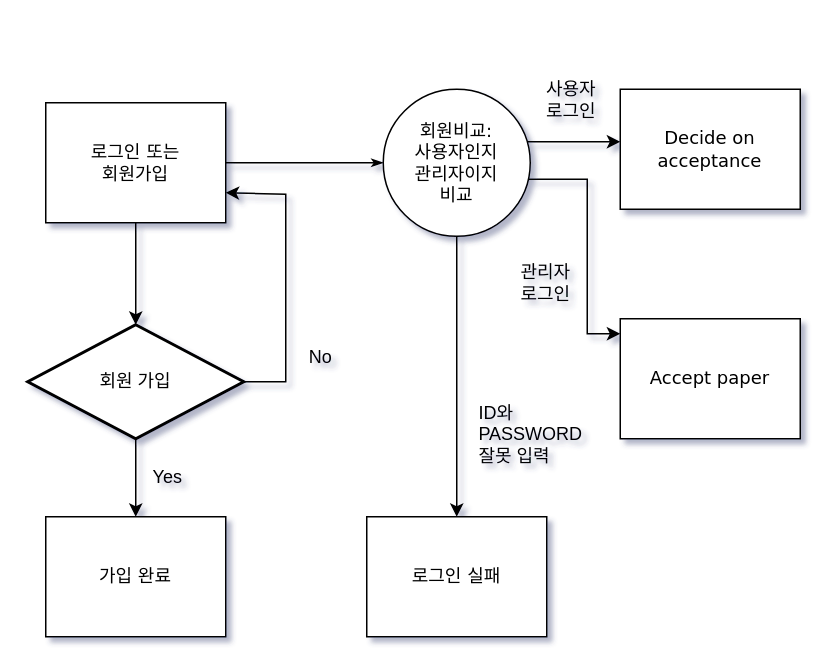
The draw.io diagram 제목 없는 다이어그램.drawio in uubi-0/2018.12.23_Movie-Reservation, before the edit. Source tidied: cells renumbered, new cells numbered last; positions are measured from the earlier drawing's top-left corner, leaving out a move shared by most shapes. Both pictures are drawn from the tidied source at 150%, with x=0, y=0 at pixel (27, 68).
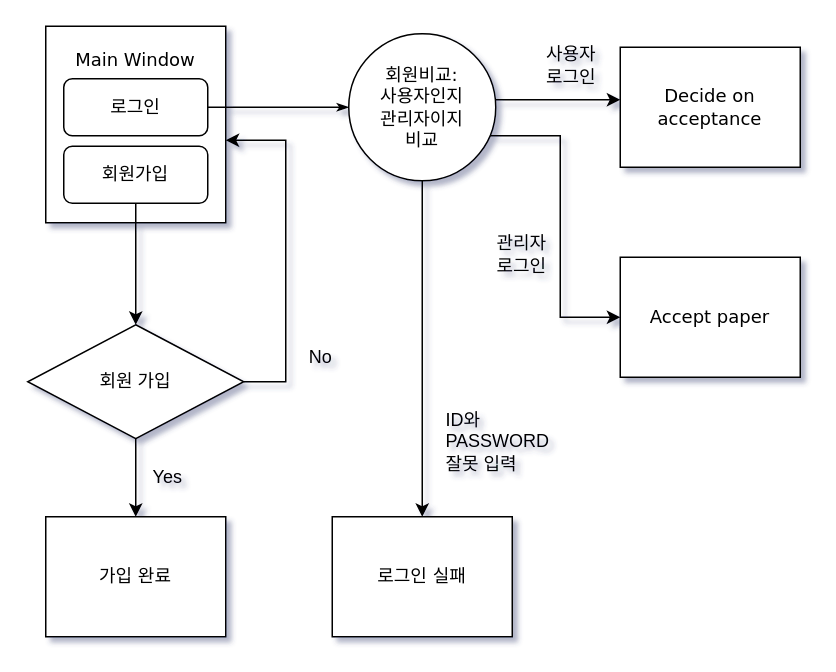
The same diagram, later.

Commit message (it also covers changes not shown here):
제목 없는 다이어그램.drawio 업데이트

What changed in the source:
```diff
@@
+    <mxCell id="4" value="Main Window&lt;br&gt;&lt;br&gt;&lt;br&gt;&lt;br&gt;&lt;br&gt;&lt;br&gt;&lt;br&gt;" style="rounded=0;whiteSpace=wrap;html=1;shadow=0;labelBackgroundColor=none;strokeWidth=1;fontFamily=Verdana;fontSize=12;align=center;" parent="1" vertex="1">
+      <mxGeometry x="12" y="-28" width="120" height="131" as="geometry" />
+    </mxCell>
-    <mxCell id="2" style="edgeStyle=orthogonalEdgeStyle;rounded=0;html=1;labelBackgroundColor=none;startArrow=none;startFill=0;startSize=5;endArrow=classicThin;endFill=1;endSize=5;jettySize=auto;strokeWidth=1;fontFamily=Verdana;fontSize=8;" parent="1" edge="1" source="4" target="8">
+    <mxCell id="2" style="edgeStyle=orthogonalEdgeStyle;rounded=0;html=1;labelBackgroundColor=none;startArrow=none;startFill=0;startSize=5;endArrow=classicThin;endFill=1;endSize=5;jettySize=auto;strokeWidth=1;fontFamily=Verdana;fontSize=8;" parent="1" edge="1" source="21" target="8">
       <mxGeometry relative="1" as="geometry" />
     </mxCell>
-    <mxCell id="3" style="edgeStyle=orthogonalEdgeStyle;rounded=0;jettySize=auto;html=1;" parent="1" edge="1" source="4" target="15">
+    <mxCell id="3" style="edgeStyle=orthogonalEdgeStyle;rounded=0;jettySize=auto;html=1;" parent="1" edge="1" source="22" target="15">
       <mxGeometry relative="1" as="geometry" />
     </mxCell>
-    <mxCell id="4" value="로그인 또는&lt;br&gt;회원가입" style="rounded=0;whiteSpace=wrap;html=1;shadow=0;labelBackgroundColor=none;strokeWidth=1;fontFamily=Verdana;fontSize=12;align=center;" parent="1" vertex="1">
-      <mxGeometry x="12" y="23" width="120" height="80" as="geometry" />
-    </mxCell>
     <mxCell id="5" style="edgeStyle=orthogonalEdgeStyle;rounded=0;jettySize=auto;html=1;" parent="1" edge="1" source="8" target="10">
-      <mxGeometry relative="1" as="geometry" />
+      <mxGeometry relative="1" as="geometry">
+        <Array as="points">
+          <mxPoint x="263" y="246" />
+          <mxPoint x="263" y="246" />
+        </Array>
+      </mxGeometry>
     </mxCell>
     <mxCell id="6" style="edgeStyle=orthogonalEdgeStyle;rounded=0;jettySize=auto;html=1;labelBackgroundColor=default;" parent="1" edge="1" source="8" target="12">
       <mxGeometry relative="1" as="geometry">
         <Array as="points">
-          <mxPoint x="373" y="74" />
-          <mxPoint x="373" y="177" />
+          <mxPoint x="355" y="45" />
+          <mxPoint x="355" y="166" />
         </Array>
       </mxGeometry>
     </mxCell>
     <mxCell id="7" style="edgeStyle=orthogonalEdgeStyle;rounded=0;jettySize=auto;html=1;" parent="1" edge="1" source="8" target="11">
       <mxGeometry relative="1" as="geometry">
         <Array as="points">
-          <mxPoint x="359" y="49" />
-          <mxPoint x="359" y="49" />
+          <mxPoint x="352" y="21" />
+          <mxPoint x="352" y="21" />
         </Array>
       </mxGeometry>
     </mxCell>
     <mxCell id="8" value="회원비교:&lt;br&gt;사용자인지&lt;br&gt;관리자이지&lt;br&gt;비교" style="ellipse;whiteSpace=wrap;html=1;rounded=0;shadow=0;labelBackgroundColor=none;strokeWidth=1;fontFamily=Verdana;fontSize=12;align=center;" parent="1" vertex="1">
-      <mxGeometry x="237" y="14" width="98" height="98" as="geometry" />
+      <mxGeometry x="214" y="-23" width="98" height="98" as="geometry" />
     </mxCell>
@@
     <mxCell id="10" value="로그인 실패" style="rounded=0;whiteSpace=wrap;html=1;shadow=0;labelBackgroundColor=none;strokeWidth=1;fontFamily=Verdana;fontSize=12;align=center;" parent="1" vertex="1">
-      <mxGeometry x="226" y="299" width="120" height="80" as="geometry" />
+      <mxGeometry x="203" y="299" width="120" height="80" as="geometry" />
     </mxCell>
     <mxCell id="11" value="Decide on acceptance" style="rounded=0;whiteSpace=wrap;html=1;shadow=0;labelBackgroundColor=none;strokeWidth=1;fontFamily=Verdana;fontSize=12;align=center;" parent="1" vertex="1">
-      <mxGeometry x="395" y="14" width="120" height="80" as="geometry" />
+      <mxGeometry x="395" y="-14" width="120" height="80" as="geometry" />
     </mxCell>
     <mxCell id="12" value="Accept paper" style="rounded=0;whiteSpace=wrap;html=1;shadow=0;labelBackgroundColor=none;strokeWidth=1;fontFamily=Verdana;fontSize=12;align=center;" parent="1" vertex="1">
-      <mxGeometry x="395" y="167" width="120" height="80" as="geometry" />
+      <mxGeometry x="395" y="126" width="120" height="80" as="geometry" />
     </mxCell>
@@
-    <mxCell id="14" style="edgeStyle=orthogonalEdgeStyle;rounded=0;jettySize=auto;html=1;entryX=1;entryY=0.75;entryDx=0;entryDy=0;shadow=0;" parent="1" edge="1" source="15" target="4">
+    <mxCell id="14" style="edgeStyle=orthogonalEdgeStyle;rounded=0;jettySize=auto;html=1;shadow=0;" parent="1" edge="1" source="15" target="4">
       <mxGeometry relative="1" as="geometry">
         <Array as="points">
           <mxPoint x="172" y="209" />
-          <mxPoint x="172" y="84" />
+          <mxPoint x="172" y="48" />
         </Array>
       </mxGeometry>
     </mxCell>
-    <mxCell id="15" value="회원 가입" style="strokeWidth=2;html=1;shape=mxgraph.flowchart.decision;whiteSpace=wrap;" parent="1" vertex="1">
+    <mxCell id="15" value="회원 가입" style="strokeWidth=1;html=1;shape=mxgraph.flowchart.decision;whiteSpace=wrap;labelBorderColor=none;gradientColor=none;" parent="1" vertex="1">
       <mxGeometry y="171" width="144" height="76" as="geometry" />
     </mxCell>
     <mxCell id="16" value="&lt;div style=&quot;text-align: justify;&quot;&gt;&lt;span style=&quot;background-color: initial;&quot;&gt;ID와&lt;/span&gt;&lt;/div&gt;&lt;div style=&quot;text-align: justify;&quot;&gt;&lt;span style=&quot;background-color: initial;&quot;&gt;PASSWORD&lt;/span&gt;&lt;/div&gt;&lt;div style=&quot;text-align: justify;&quot;&gt;&lt;span style=&quot;background-color: initial;&quot;&gt;잘못 입력&lt;/span&gt;&lt;/div&gt;" style="text;html=1;align=center;verticalAlign=middle;fillColor=none;strokeColor=none;rounded=0;" parent="1" vertex="1">
-      <mxGeometry x="291" y="216" width="87" height="55" as="geometry" />
+      <mxGeometry x="269" y="221" width="87" height="55" as="geometry" />
     </mxCell>
     <mxCell id="17" value="&lt;div style=&quot;text-align: justify;&quot;&gt;관리자&lt;br&gt;로그인&lt;/div&gt;" style="text;html=1;align=center;verticalAlign=middle;fillColor=none;strokeColor=none;rounded=0;" parent="1" vertex="1">
-      <mxGeometry x="318" y="122" width="54" height="41" as="geometry" />
+      <mxGeometry x="302" y="103" width="54" height="41" as="geometry" />
     </mxCell>
     <mxCell id="18" value="&lt;div style=&quot;text-align: justify;&quot;&gt;사용자&lt;/div&gt;&lt;div style=&quot;text-align: justify;&quot;&gt;로그인&lt;/div&gt;" style="text;html=1;align=center;verticalAlign=middle;fillColor=none;strokeColor=none;rounded=0;" parent="1" vertex="1">
-      <mxGeometry x="335" width="54" height="41" as="geometry" />
+      <mxGeometry x="335" y="-23" width="54" height="41" as="geometry" />
     </mxCell>
@@
+    <mxCell id="21" value="로그인" style="rounded=1;whiteSpace=wrap;html=1;" parent="1" vertex="1">
+      <mxGeometry x="24" y="7" width="96" height="38" as="geometry" />
+    </mxCell>
+    <mxCell id="22" value="회원가입" style="rounded=1;whiteSpace=wrap;html=1;" parent="1" vertex="1">
+      <mxGeometry x="24" y="52" width="96" height="38" as="geometry" />
+    </mxCell>
```
